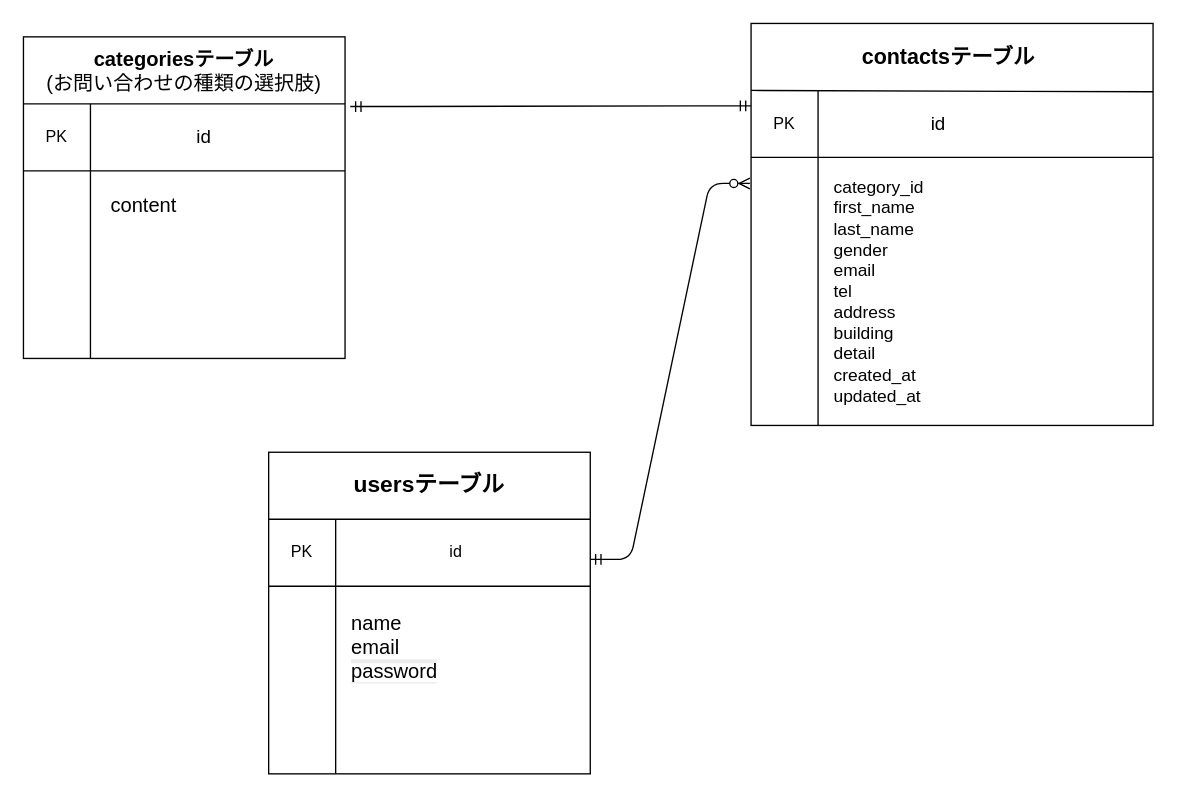
Earlier version of the draw.io diagram public/images/er-diagram/contact-laravel.drawio (morikoshi2627/contact-laravel). Source tidied: cells renumbered, new cells numbered last; positions are measured from the earlier drawing's top-left corner, leaving out a move shared by most shapes. Both pictures are drawn from the tidied source at 134%, with x=0, y=0 at pixel (23, 23).
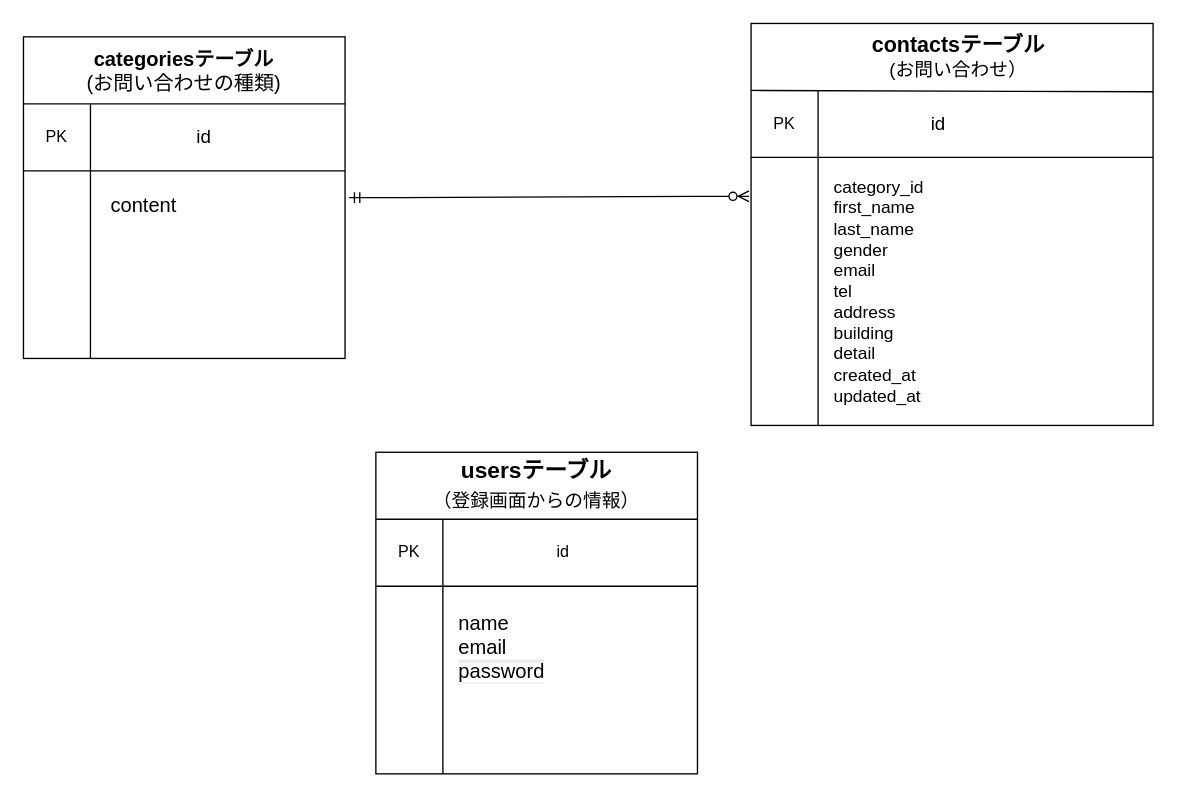
The same diagram, later.

Unchanged cells that the change refers to:
```xml
<mxCell id="2" style="group;fontSize=14;" parent="1" vertex="1">
  <mxGeometry y="10" width="270" height="240" as="geometry" />
</mxCell>
<mxCell id="20" style="group;fontColor=none;noLabel=1;fontSize=14;" parent="1" vertex="1">
  <mxGeometry x="543" width="300" height="300" as="geometry" />
</mxCell>
<mxCell id="21" style="whiteSpace=wrap;html=1;" parent="20" vertex="1">
  <mxGeometry width="300" height="300" as="geometry" />
</mxCell>
```

Change to the diagram source:
```diff
@@
-    <mxCell id="7" value="&lt;span style=&quot;color: rgb(0, 0, 0); background-color: light-dark(#ffffff, var(--ge-dark-color, #121212));&quot;&gt;&lt;b style=&quot;&quot;&gt;&lt;font style=&quot;font-size: 15px;&quot;&gt;categoriesテーブル&lt;/font&gt;&lt;/b&gt;&lt;/span&gt;&lt;div&gt;&lt;div&gt;&lt;span style=&quot;color: rgb(0, 0, 0); background-color: light-dark(#ffffff, var(--ge-dark-color, #121212));&quot;&gt;&lt;font style=&quot;font-size: 15px;&quot;&gt;(お問い合わせの種類の選択肢)&lt;/font&gt;&lt;/span&gt;&lt;/div&gt;&lt;/div&gt;" style="text;html=1;align=center;verticalAlign=middle;whiteSpace=wrap;rounded=0;" parent="2" vertex="1">
+    <mxCell id="7" value="&lt;span style=&quot;color: rgb(0, 0, 0); background-color: light-dark(#ffffff, var(--ge-dark-color, #121212));&quot;&gt;&lt;b style=&quot;&quot;&gt;&lt;font style=&quot;font-size: 15px;&quot;&gt;categoriesテーブル&lt;/font&gt;&lt;/b&gt;&lt;/span&gt;&lt;div&gt;&lt;div&gt;&lt;span style=&quot;color: rgb(0, 0, 0); background-color: light-dark(#ffffff, var(--ge-dark-color, #121212));&quot;&gt;&lt;font style=&quot;font-size: 15px;&quot;&gt;(お問い合わせの種類)&lt;/font&gt;&lt;/span&gt;&lt;/div&gt;&lt;/div&gt;" style="text;html=1;align=center;verticalAlign=middle;whiteSpace=wrap;rounded=0;" parent="2" vertex="1">
       <mxGeometry x="10" y="10" width="220" height="30" as="geometry" />
     </mxCell>
@@
     <mxCell id="11" style="group;fontSize=12;" parent="1" vertex="1">
-      <mxGeometry x="183" y="320" width="240" height="240" as="geometry" />
+      <mxGeometry x="263" y="320" width="240" height="240" as="geometry" />
     </mxCell>
@@
-    <mxCell id="16" value="&lt;span style=&quot;color: rgb(0, 0, 0);&quot;&gt;usersテーブル&lt;/span&gt;" style="text;html=1;align=center;verticalAlign=middle;whiteSpace=wrap;rounded=0;fontStyle=1;fontSize=17;" parent="11" vertex="1">
-      <mxGeometry x="50" y="10" width="140" height="30" as="geometry" />
+    <mxCell id="16" value="&lt;span style=&quot;color: rgb(0, 0, 0);&quot;&gt;usersテーブル&lt;/span&gt;&lt;div&gt;&lt;span style=&quot;color: rgb(0, 0, 0); font-weight: normal;&quot;&gt;&lt;font style=&quot;font-size: 14px;&quot;&gt;（登録画面からの情報）&lt;/font&gt;&lt;/span&gt;&lt;/div&gt;" style="text;html=1;align=center;verticalAlign=middle;whiteSpace=wrap;rounded=0;fontStyle=1;fontSize=17;" parent="11" vertex="1">
+      <mxGeometry x="35" y="10" width="170" height="30" as="geometry" />
     </mxCell>
@@
-    <mxCell id="25" value="&lt;span style=&quot;color: rgb(0, 0, 0);&quot;&gt;&lt;font style=&quot;font-size: 16px;&quot;&gt;contactsテーブル&lt;/font&gt;&lt;/span&gt;" style="text;html=1;align=center;verticalAlign=middle;whiteSpace=wrap;rounded=0;labelBackgroundColor=none;fontStyle=1;fontSize=15;" parent="20" vertex="1">
-      <mxGeometry x="40" y="10" width="215" height="30" as="geometry" />
+    <mxCell id="25" value="&lt;span style=&quot;color: rgb(0, 0, 0);&quot;&gt;&lt;font style=&quot;font-size: 16px;&quot;&gt;contactsテーブル&lt;/font&gt;&lt;/span&gt;&lt;div&gt;&lt;span style=&quot;color: rgb(0, 0, 0); font-weight: normal;&quot;&gt;&lt;font style=&quot;font-size: 14px;&quot;&gt;(お問い合わせ）&lt;/font&gt;&lt;/span&gt;&lt;/div&gt;" style="text;html=1;align=center;verticalAlign=middle;whiteSpace=wrap;rounded=0;labelBackgroundColor=none;fontStyle=1;fontSize=15;" parent="20" vertex="1">
+      <mxGeometry x="40" y="10" width="230" height="30" as="geometry" />
     </mxCell>
@@
-    <mxCell id="29" style="edgeStyle=entityRelationEdgeStyle;fontSize=12;html=1;endArrow=ERmandOne;startArrow=ERmandOne;entryX=-0.003;entryY=0.205;entryDx=0;entryDy=0;entryPerimeter=0;" parent="1" edge="1">
-      <mxGeometry relative="1" as="geometry">
-        <mxPoint x="243.9" y="62" as="sourcePoint" />
-        <mxPoint x="543" y="61.5" as="targetPoint" />
-        <Array as="points">
-          <mxPoint x="233.9" y="70" />
-          <mxPoint x="373.9" y="60" />
-          <mxPoint x="383.9" y="60" />
-        </Array>
-      </mxGeometry>
-    </mxCell>
-    <mxCell id="30" style="edgeStyle=entityRelationEdgeStyle;fontSize=12;html=1;endArrow=ERzeroToMany;startArrow=ERmandOne;entryX=-0.003;entryY=0.398;entryDx=0;entryDy=0;entryPerimeter=0;" parent="1" edge="1" target="21">
+    <mxCell id="30" style="edgeStyle=entityRelationEdgeStyle;fontSize=12;html=1;endArrow=ERzeroToMany;startArrow=ERmandOne;entryX=-0.005;entryY=0.43;entryDx=0;entryDy=0;entryPerimeter=0;" parent="1" edge="1" target="21">
       <mxGeometry relative="1" as="geometry">
-        <mxPoint x="423" y="400" as="sourcePoint" />
+        <mxPoint x="243" y="130" as="sourcePoint" />
         <Array as="points">
-          <mxPoint x="253" y="420" />
-          <mxPoint x="373" y="350" />
-          <mxPoint x="443" y="360" />
-          <mxPoint x="218" y="220" />
-          <mxPoint x="433" y="330" />
-          <mxPoint x="473" y="320" />
+          <mxPoint x="63" y="149.5" />
+          <mxPoint x="183" y="79.5" />
+          <mxPoint x="253" y="89.5" />
+          <mxPoint x="28" y="-50.5" />
+          <mxPoint x="243" y="59.5" />
+          <mxPoint x="283" y="49.5" />
         </Array>
       </mxGeometry>
     </mxCell>
```
